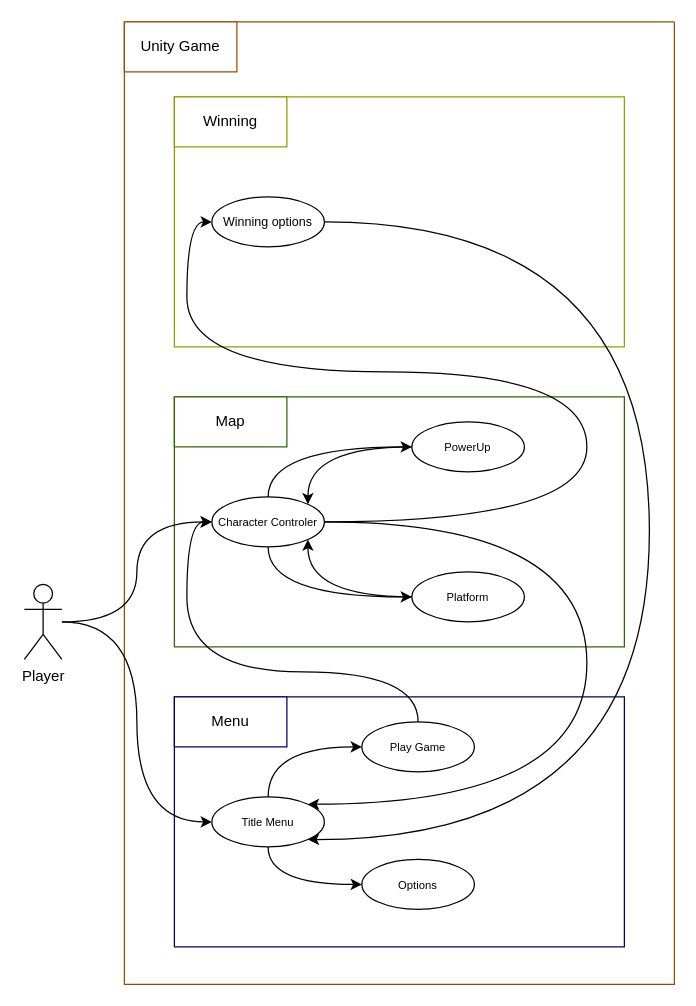
Earlier version of the draw.io diagram Docs/src/SU22_Unity_Use-Case-Diagram.drawio (etases/SU22.Unity). Source tidied: cells renumbered, new cells numbered last; positions are measured from the earlier drawing's top-left corner, leaving out a move shared by most shapes. Both pictures are drawn from the tidied source at 125%, with x=0, y=0 at pixel (24, 21).
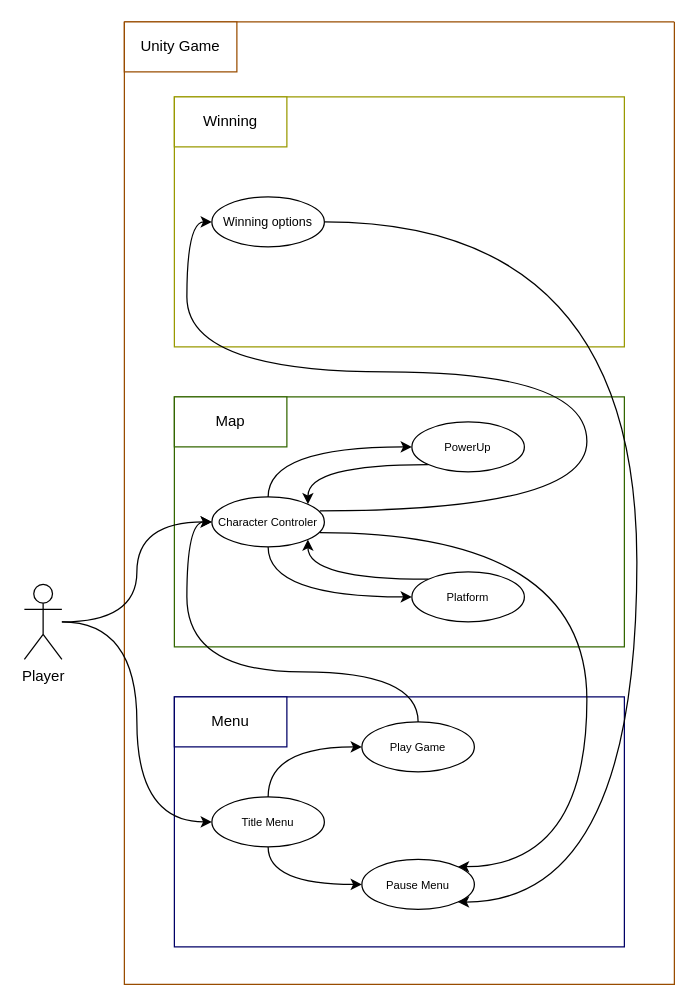
The same page after the edit.

The change refers to these unchanged cells:
```xml
<mxCell id="3" style="swimlane;startSize=0;strokeWidth=1;perimeterSpacing=1;strokeColor=#994C00;" parent="1" vertex="1">
  <mxGeometry x="80" width="440" height="770" as="geometry" />
</mxCell>
<mxCell id="12" value="&lt;font style=&quot;font-size: 9px;&quot;&gt;Character Controler&lt;/font&gt;" style="ellipse;whiteSpace=wrap;html=1;" parent="3" vertex="1">
  <mxGeometry x="70" y="380" width="90" height="40" as="geometry" />
</mxCell>
<mxCell id="14" value="&lt;font style=&quot;font-size: 9px;&quot;&gt;PowerUp&lt;/font&gt;" style="ellipse;whiteSpace=wrap;html=1;" parent="3" vertex="1">
  <mxGeometry x="230" y="320" width="90" height="40" as="geometry" />
</mxCell>
<mxCell id="17" value="&lt;font style=&quot;font-size: 9px;&quot;&gt;Title Menu&lt;/font&gt;" style="ellipse;whiteSpace=wrap;html=1;" parent="3" vertex="1">
  <mxGeometry x="70" y="620" width="90" height="40" as="geometry" />
</mxCell>
<mxCell id="22" value="&lt;font style=&quot;font-size: 9px;&quot;&gt;Platform&lt;/font&gt;" style="ellipse;whiteSpace=wrap;html=1;" parent="3" vertex="1">
  <mxGeometry x="230" y="440" width="90" height="40" as="geometry" />
</mxCell>
<mxCell id="26" value="&lt;font size=&quot;1&quot;&gt;Winning options&lt;/font&gt;" style="ellipse;whiteSpace=wrap;html=1;" parent="3" vertex="1">
  <mxGeometry x="70" y="140" width="90" height="40" as="geometry" />
</mxCell>
```

The edit, as a diff of the source:
```diff
@@
-    <mxCell id="11" style="edgeStyle=orthogonalEdgeStyle;curved=1;rounded=0;jettySize=auto;html=1;entryX=1;entryY=0;entryDx=0;entryDy=0;fontSize=9;" parent="3" edge="1" source="12" target="17">
-      <mxGeometry relative="1" as="geometry">
-        <Array as="points">
-          <mxPoint x="370" y="400" />
-          <mxPoint x="370" y="626" />
-        </Array>
-      </mxGeometry>
-    </mxCell>
+    <mxCell id="30" style="edgeStyle=orthogonalEdgeStyle;curved=1;rounded=0;jettySize=auto;html=1;entryX=1;entryY=0;entryDx=0;entryDy=0;exitX=0.958;exitY=0.716;exitDx=0;exitDy=0;exitPerimeter=0;" parent="3" edge="1" source="12" target="20">
+      <mxGeometry relative="1" as="geometry">
+        <Array as="points">
+          <mxPoint x="370" y="409" />
+          <mxPoint x="370" y="676" />
+        </Array>
+      </mxGeometry>
+    </mxCell>
@@
-    <mxCell id="13" style="edgeStyle=orthogonalEdgeStyle;curved=1;rounded=0;jettySize=auto;html=1;entryX=1;entryY=0;entryDx=0;entryDy=0;fontSize=9;" parent="3" edge="1" source="14" target="12">
+    <mxCell id="13" style="edgeStyle=orthogonalEdgeStyle;curved=1;rounded=0;jettySize=auto;html=1;entryX=1;entryY=0;entryDx=0;entryDy=0;fontSize=9;exitX=0;exitY=1;exitDx=0;exitDy=0;" parent="3" edge="1" source="14" target="12">
       <mxGeometry relative="1" as="geometry" />
     </mxCell>
@@
-    <mxCell id="20" value="&lt;font style=&quot;font-size: 9px;&quot;&gt;Options&lt;/font&gt;" style="ellipse;whiteSpace=wrap;html=1;" parent="3" vertex="1">
+    <mxCell id="20" value="&lt;font style=&quot;font-size: 9px;&quot;&gt;Pause Menu&lt;/font&gt;" style="ellipse;whiteSpace=wrap;html=1;" parent="3" vertex="1">
       <mxGeometry x="190" y="670" width="90" height="40" as="geometry" />
     </mxCell>
-    <mxCell id="21" style="edgeStyle=orthogonalEdgeStyle;curved=1;rounded=0;jettySize=auto;html=1;fontSize=9;entryX=1;entryY=1;entryDx=0;entryDy=0;" parent="3" edge="1" source="22" target="12">
+    <mxCell id="21" style="edgeStyle=orthogonalEdgeStyle;curved=1;rounded=0;jettySize=auto;html=1;fontSize=9;entryX=1;entryY=1;entryDx=0;entryDy=0;exitX=0;exitY=0;exitDx=0;exitDy=0;" parent="3" edge="1" source="22" target="12">
       <mxGeometry relative="1" as="geometry" />
     </mxCell>
@@
-    <mxCell id="25" style="edgeStyle=orthogonalEdgeStyle;curved=1;rounded=0;jettySize=auto;html=1;fontSize=9;exitX=1;exitY=0.5;exitDx=0;exitDy=0;entryX=1;entryY=1;entryDx=0;entryDy=0;" parent="3" edge="1" source="26" target="17">
-      <mxGeometry relative="1" as="geometry">
-        <Array as="points">
-          <mxPoint x="420" y="160" />
-          <mxPoint x="420" y="654" />
-        </Array>
-      </mxGeometry>
-    </mxCell>
+    <mxCell id="31" style="edgeStyle=orthogonalEdgeStyle;curved=1;rounded=0;jettySize=auto;html=1;entryX=1;entryY=1;entryDx=0;entryDy=0;" parent="3" edge="1" source="26" target="20">
+      <mxGeometry relative="1" as="geometry">
+        <Array as="points">
+          <mxPoint x="410" y="160" />
+          <mxPoint x="410" y="704" />
+        </Array>
+      </mxGeometry>
+    </mxCell>
@@
-    <mxCell id="27" style="edgeStyle=orthogonalEdgeStyle;curved=1;rounded=0;jettySize=auto;html=1;entryX=0;entryY=0.5;entryDx=0;entryDy=0;fontSize=9;" parent="3" edge="1" source="12" target="26">
+    <mxCell id="27" style="edgeStyle=orthogonalEdgeStyle;curved=1;rounded=0;jettySize=auto;html=1;entryX=0;entryY=0.5;entryDx=0;entryDy=0;fontSize=9;exitX=0.96;exitY=0.28;exitDx=0;exitDy=0;exitPerimeter=0;" parent="3" edge="1" source="12" target="26">
       <mxGeometry relative="1" as="geometry">
         <Array as="points">
-          <mxPoint x="370" y="400" />
+          <mxPoint x="370" y="391" />
           <mxPoint x="370" y="280" />
           <mxPoint x="50" y="280" />
           <mxPoint x="50" y="160" />
         </Array>
       </mxGeometry>
     </mxCell>
```
